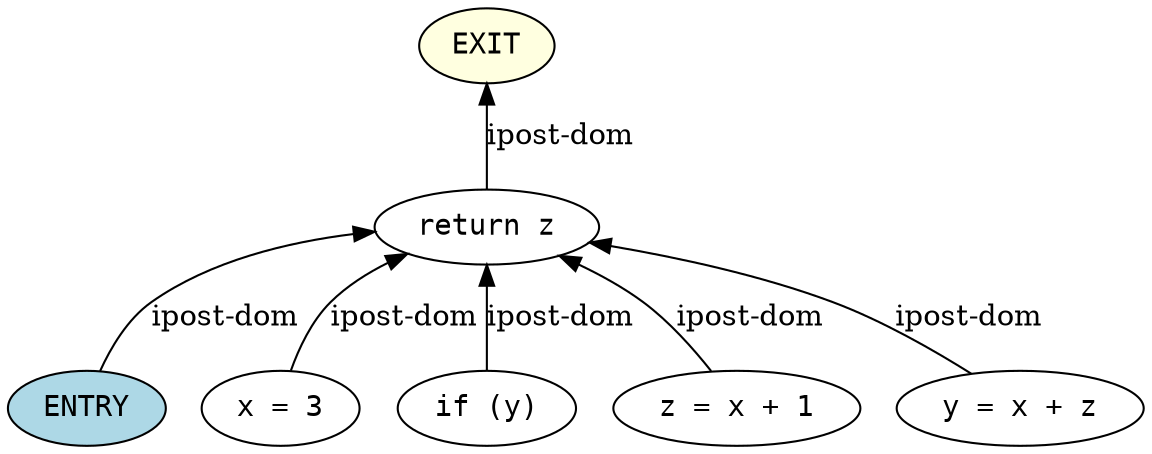
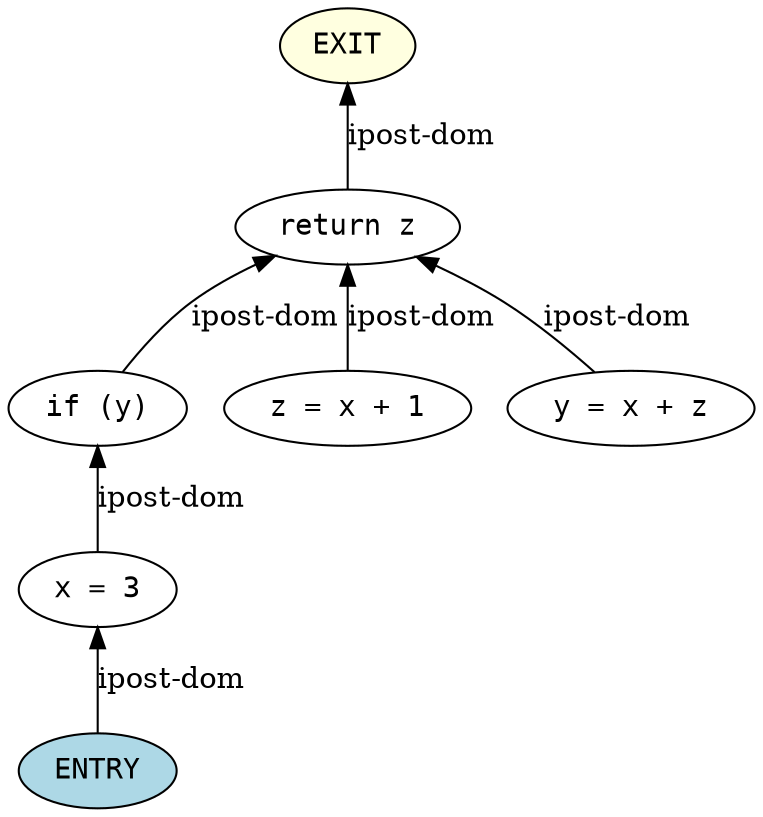
digraph PostDomTree {
  node [shape=ellipse, fontname="Courier"];
  rankdir=BT;
  B0 [label="ENTRY", style=filled, fillcolor=lightblue];
  B6 [label="x = 3"];
  B5 [label="if (y)"];
  B3 [label="z = x + 1"];
  B4 [label="y = x + z"];
  B2 [label="return z"];
  B1 [label="EXIT", style=filled, fillcolor=lightyellow];

-   B0 -> B2 [label="ipost-dom"];
-   B6 -> B2 [label="ipost-dom"];
+   B0 -> B6 [label="ipost-dom"];
+   B6 -> B5 [label="ipost-dom"];
  B5 -> B2 [label="ipost-dom"];
  B3 -> B2 [label="ipost-dom"];
  B4 -> B2 [label="ipost-dom"];
  B2 -> B1 [label="ipost-dom"];
}
